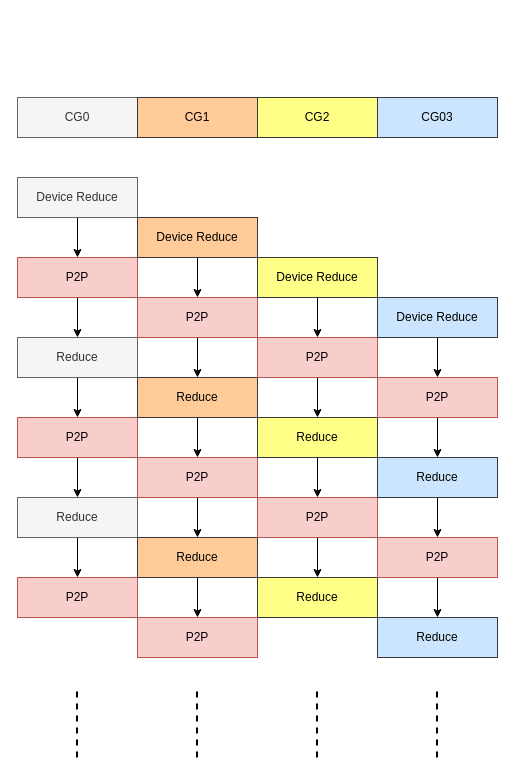
This is card_Pipline.drawio from BEYHHH/SBLP, a draw.io file, before an edit. Source tidied: cells renumbered, new cells numbered last; positions are measured from the earlier drawing's top-left corner, leaving out a move shared by most shapes. Both pictures are drawn from the tidied source at 100%, with x=0, y=0 at pixel (17, 97).
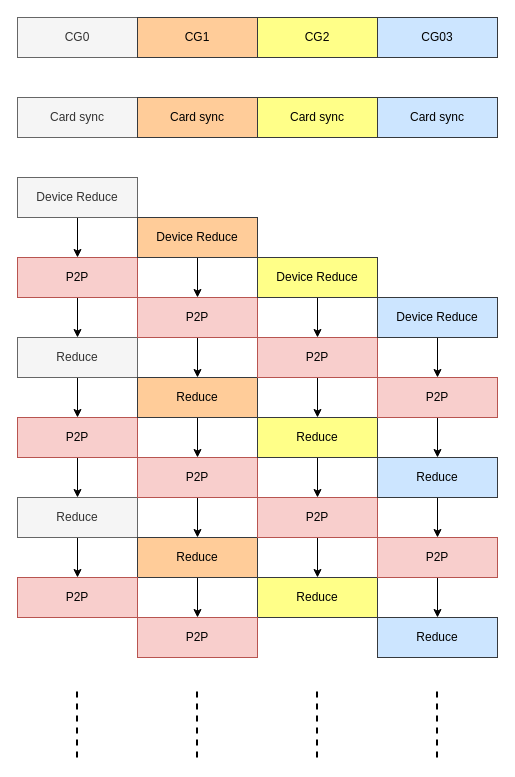
Above is the later version.

Change to the diagram source:
```diff
@@
     <mxCell id="40" value="CG0" style="rounded=0;whiteSpace=wrap;html=1;fillColor=#f5f5f5;fontColor=#333333;strokeColor=#666666;" parent="1" vertex="1">
-      <mxGeometry width="120" height="40" as="geometry" />
+      <mxGeometry y="-80" width="120" height="40" as="geometry" />
     </mxCell>
     <mxCell id="41" value="CG1" style="rounded=0;whiteSpace=wrap;html=1;fillColor=#ffcc99;strokeColor=#36393d;" parent="1" vertex="1">
-      <mxGeometry x="120" width="120" height="40" as="geometry" />
+      <mxGeometry x="120" y="-80" width="120" height="40" as="geometry" />
     </mxCell>
     <mxCell id="42" value="CG2" style="rounded=0;whiteSpace=wrap;html=1;fillColor=#ffff88;strokeColor=#36393d;" parent="1" vertex="1">
-      <mxGeometry x="240" width="120" height="40" as="geometry" />
+      <mxGeometry x="240" y="-80" width="120" height="40" as="geometry" />
     </mxCell>
     <mxCell id="43" value="CG03" style="rounded=0;whiteSpace=wrap;html=1;fillColor=#cce5ff;strokeColor=#36393d;" parent="1" vertex="1">
-      <mxGeometry x="360" width="120" height="40" as="geometry" />
+      <mxGeometry x="360" y="-80" width="120" height="40" as="geometry" />
     </mxCell>
@@
+    <mxCell id="50" value="Card sync" style="rounded=0;whiteSpace=wrap;html=1;fillColor=#f5f5f5;fontColor=#333333;strokeColor=#666666;" parent="1" vertex="1">
+      <mxGeometry width="120" height="40" as="geometry" />
+    </mxCell>
+    <mxCell id="51" value="Card sync" style="rounded=0;whiteSpace=wrap;html=1;fillColor=#ffcc99;strokeColor=#36393d;" parent="1" vertex="1">
+      <mxGeometry x="120" width="120" height="40" as="geometry" />
+    </mxCell>
+    <mxCell id="52" value="Card sync" style="rounded=0;whiteSpace=wrap;html=1;fillColor=#ffff88;strokeColor=#36393d;" parent="1" vertex="1">
+      <mxGeometry x="240" width="120" height="40" as="geometry" />
+    </mxCell>
+    <mxCell id="53" value="Card sync" style="rounded=0;whiteSpace=wrap;html=1;fillColor=#cce5ff;strokeColor=#36393d;" parent="1" vertex="1">
+      <mxGeometry x="360" width="120" height="40" as="geometry" />
+    </mxCell>
```
